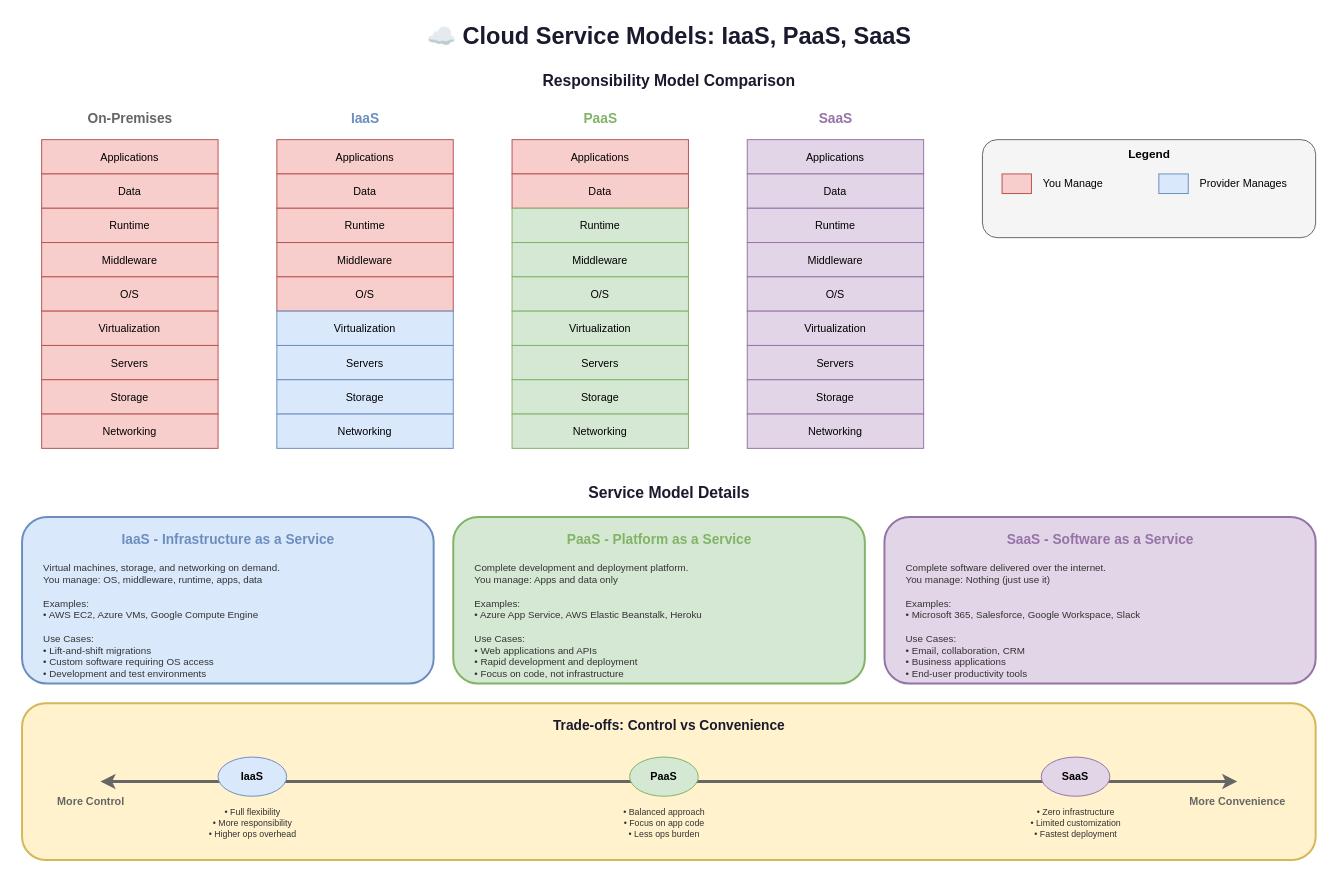
Above: lesson-03-cloud-platforms-services/01-cloud-computing-fundamentals/1.1-service-models-iaas-paas-saas.drawio in MrParkerZ7/document-lesson-software-architect-x-claude (draw.io), before the change. Source tidied: cells renumbered, new cells numbered last; positions are measured from the earlier drawing's top-left corner, leaving out a move shared by most shapes. Both pictures are drawn from the tidied source at 98%, with x=0, y=0 at pixel (22, 17).
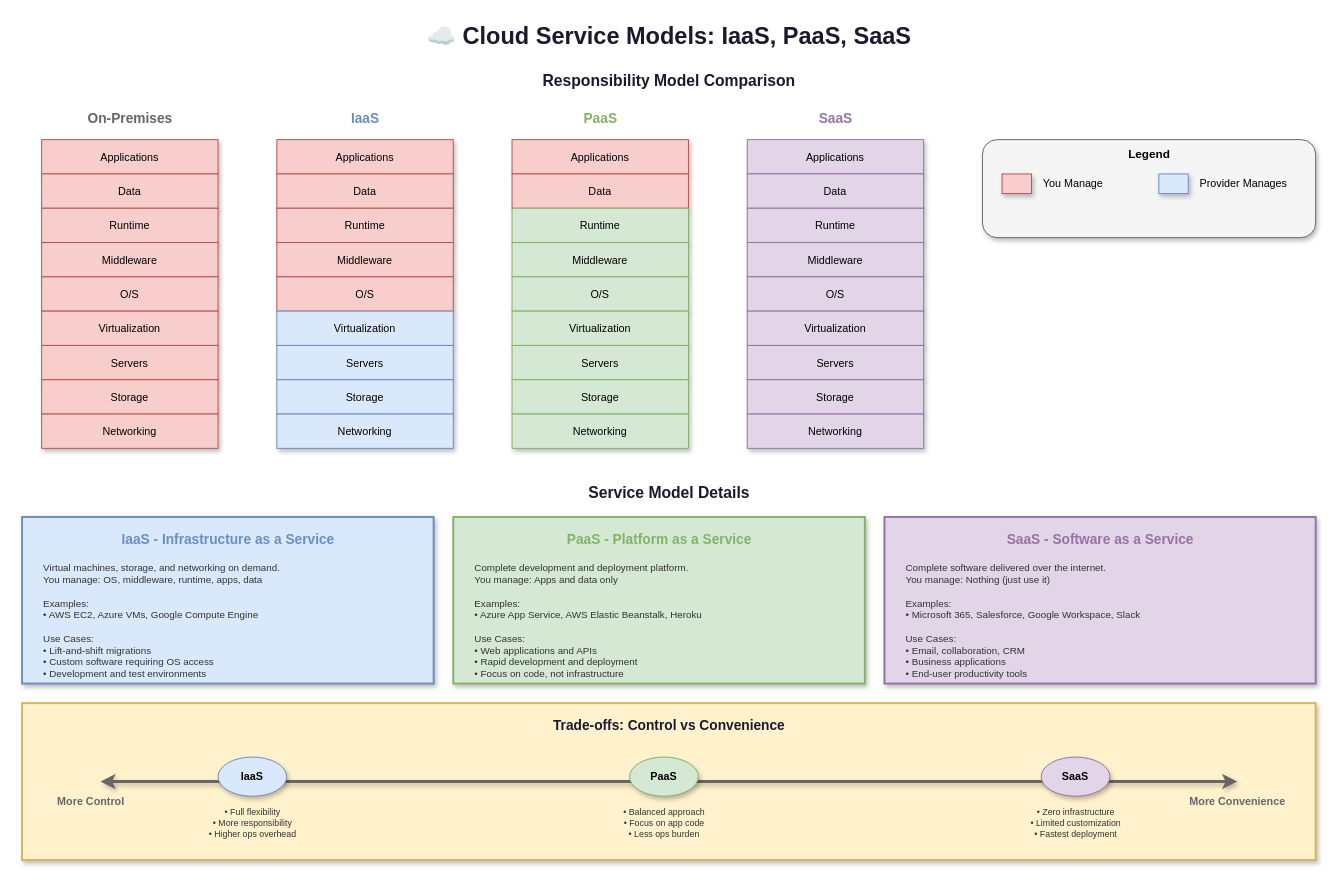
The same page after the edit.

Change to the diagram source:
```diff
@@
-    <mxCell id="5" value="Applications" style="rounded=0;whiteSpace=wrap;html=1;fillColor=#f8cecc;strokeColor=#b85450;fontSize=11;" parent="1" vertex="1">
+    <mxCell id="5" value="Applications" style="rounded=0;whiteSpace=wrap;html=1;fillColor=#f8cecc;strokeColor=#b85450;fontSize=11;shadow=1;" parent="1" vertex="1">
       <mxGeometry x="20" y="125" width="180" height="35" as="geometry" />
     </mxCell>
-    <mxCell id="6" value="Data" style="rounded=0;whiteSpace=wrap;html=1;fillColor=#f8cecc;strokeColor=#b85450;fontSize=11;" parent="1" vertex="1">
+    <mxCell id="6" value="Data" style="rounded=0;whiteSpace=wrap;html=1;fillColor=#f8cecc;strokeColor=#b85450;fontSize=11;shadow=1;" parent="1" vertex="1">
       <mxGeometry x="20" y="160" width="180" height="35" as="geometry" />
     </mxCell>
-    <mxCell id="7" value="Runtime" style="rounded=0;whiteSpace=wrap;html=1;fillColor=#f8cecc;strokeColor=#b85450;fontSize=11;" parent="1" vertex="1">
+    <mxCell id="7" value="Runtime" style="rounded=0;whiteSpace=wrap;html=1;fillColor=#f8cecc;strokeColor=#b85450;fontSize=11;shadow=1;" parent="1" vertex="1">
       <mxGeometry x="20" y="195" width="180" height="35" as="geometry" />
     </mxCell>
-    <mxCell id="8" value="Middleware" style="rounded=0;whiteSpace=wrap;html=1;fillColor=#f8cecc;strokeColor=#b85450;fontSize=11;" parent="1" vertex="1">
+    <mxCell id="8" value="Middleware" style="rounded=0;whiteSpace=wrap;html=1;fillColor=#f8cecc;strokeColor=#b85450;fontSize=11;shadow=1;" parent="1" vertex="1">
       <mxGeometry x="20" y="230" width="180" height="35" as="geometry" />
     </mxCell>
-    <mxCell id="9" value="O/S" style="rounded=0;whiteSpace=wrap;html=1;fillColor=#f8cecc;strokeColor=#b85450;fontSize=11;" parent="1" vertex="1">
+    <mxCell id="9" value="O/S" style="rounded=0;whiteSpace=wrap;html=1;fillColor=#f8cecc;strokeColor=#b85450;fontSize=11;shadow=1;" parent="1" vertex="1">
       <mxGeometry x="20" y="265" width="180" height="35" as="geometry" />
     </mxCell>
-    <mxCell id="10" value="Virtualization" style="rounded=0;whiteSpace=wrap;html=1;fillColor=#f8cecc;strokeColor=#b85450;fontSize=11;" parent="1" vertex="1">
+    <mxCell id="10" value="Virtualization" style="rounded=0;whiteSpace=wrap;html=1;fillColor=#f8cecc;strokeColor=#b85450;fontSize=11;shadow=1;" parent="1" vertex="1">
       <mxGeometry x="20" y="300" width="180" height="35" as="geometry" />
     </mxCell>
-    <mxCell id="11" value="Servers" style="rounded=0;whiteSpace=wrap;html=1;fillColor=#f8cecc;strokeColor=#b85450;fontSize=11;" parent="1" vertex="1">
+    <mxCell id="11" value="Servers" style="rounded=0;whiteSpace=wrap;html=1;fillColor=#f8cecc;strokeColor=#b85450;fontSize=11;shadow=1;" parent="1" vertex="1">
       <mxGeometry x="20" y="335" width="180" height="35" as="geometry" />
     </mxCell>
-    <mxCell id="12" value="Storage" style="rounded=0;whiteSpace=wrap;html=1;fillColor=#f8cecc;strokeColor=#b85450;fontSize=11;" parent="1" vertex="1">
+    <mxCell id="12" value="Storage" style="rounded=0;whiteSpace=wrap;html=1;fillColor=#f8cecc;strokeColor=#b85450;fontSize=11;shadow=1;" parent="1" vertex="1">
       <mxGeometry x="20" y="370" width="180" height="35" as="geometry" />
     </mxCell>
-    <mxCell id="13" value="Networking" style="rounded=0;whiteSpace=wrap;html=1;fillColor=#f8cecc;strokeColor=#b85450;fontSize=11;" parent="1" vertex="1">
+    <mxCell id="13" value="Networking" style="rounded=0;whiteSpace=wrap;html=1;fillColor=#f8cecc;strokeColor=#b85450;fontSize=11;shadow=1;" parent="1" vertex="1">
       <mxGeometry x="20" y="405" width="180" height="35" as="geometry" />
     </mxCell>
@@
-    <mxCell id="15" value="Applications" style="rounded=0;whiteSpace=wrap;html=1;fillColor=#f8cecc;strokeColor=#b85450;fontSize=11;" parent="1" vertex="1">
+    <mxCell id="15" value="Applications" style="rounded=0;whiteSpace=wrap;html=1;fillColor=#f8cecc;strokeColor=#b85450;fontSize=11;shadow=1;" parent="1" vertex="1">
       <mxGeometry x="260" y="125" width="180" height="35" as="geometry" />
     </mxCell>
-    <mxCell id="16" value="Data" style="rounded=0;whiteSpace=wrap;html=1;fillColor=#f8cecc;strokeColor=#b85450;fontSize=11;" parent="1" vertex="1">
+    <mxCell id="16" value="Data" style="rounded=0;whiteSpace=wrap;html=1;fillColor=#f8cecc;strokeColor=#b85450;fontSize=11;shadow=1;" parent="1" vertex="1">
       <mxGeometry x="260" y="160" width="180" height="35" as="geometry" />
     </mxCell>
-    <mxCell id="17" value="Runtime" style="rounded=0;whiteSpace=wrap;html=1;fillColor=#f8cecc;strokeColor=#b85450;fontSize=11;" parent="1" vertex="1">
+    <mxCell id="17" value="Runtime" style="rounded=0;whiteSpace=wrap;html=1;fillColor=#f8cecc;strokeColor=#b85450;fontSize=11;shadow=1;" parent="1" vertex="1">
       <mxGeometry x="260" y="195" width="180" height="35" as="geometry" />
     </mxCell>
-    <mxCell id="18" value="Middleware" style="rounded=0;whiteSpace=wrap;html=1;fillColor=#f8cecc;strokeColor=#b85450;fontSize=11;" parent="1" vertex="1">
+    <mxCell id="18" value="Middleware" style="rounded=0;whiteSpace=wrap;html=1;fillColor=#f8cecc;strokeColor=#b85450;fontSize=11;shadow=1;" parent="1" vertex="1">
       <mxGeometry x="260" y="230" width="180" height="35" as="geometry" />
     </mxCell>
-    <mxCell id="19" value="O/S" style="rounded=0;whiteSpace=wrap;html=1;fillColor=#f8cecc;strokeColor=#b85450;fontSize=11;" parent="1" vertex="1">
+    <mxCell id="19" value="O/S" style="rounded=0;whiteSpace=wrap;html=1;fillColor=#f8cecc;strokeColor=#b85450;fontSize=11;shadow=1;" parent="1" vertex="1">
       <mxGeometry x="260" y="265" width="180" height="35" as="geometry" />
     </mxCell>
-    <mxCell id="20" value="Virtualization" style="rounded=0;whiteSpace=wrap;html=1;fillColor=#dae8fc;strokeColor=#6c8ebf;fontSize=11;" parent="1" vertex="1">
+    <mxCell id="20" value="Virtualization" style="rounded=0;whiteSpace=wrap;html=1;fillColor=#dae8fc;strokeColor=#6c8ebf;fontSize=11;shadow=1;" parent="1" vertex="1">
       <mxGeometry x="260" y="300" width="180" height="35" as="geometry" />
     </mxCell>
-    <mxCell id="21" value="Servers" style="rounded=0;whiteSpace=wrap;html=1;fillColor=#dae8fc;strokeColor=#6c8ebf;fontSize=11;" parent="1" vertex="1">
+    <mxCell id="21" value="Servers" style="rounded=0;whiteSpace=wrap;html=1;fillColor=#dae8fc;strokeColor=#6c8ebf;fontSize=11;shadow=1;" parent="1" vertex="1">
       <mxGeometry x="260" y="335" width="180" height="35" as="geometry" />
     </mxCell>
-    <mxCell id="22" value="Storage" style="rounded=0;whiteSpace=wrap;html=1;fillColor=#dae8fc;strokeColor=#6c8ebf;fontSize=11;" parent="1" vertex="1">
+    <mxCell id="22" value="Storage" style="rounded=0;whiteSpace=wrap;html=1;fillColor=#dae8fc;strokeColor=#6c8ebf;fontSize=11;shadow=1;" parent="1" vertex="1">
       <mxGeometry x="260" y="370" width="180" height="35" as="geometry" />
     </mxCell>
-    <mxCell id="23" value="Networking" style="rounded=0;whiteSpace=wrap;html=1;fillColor=#dae8fc;strokeColor=#6c8ebf;fontSize=11;" parent="1" vertex="1">
+    <mxCell id="23" value="Networking" style="rounded=0;whiteSpace=wrap;html=1;fillColor=#dae8fc;strokeColor=#6c8ebf;fontSize=11;shadow=1;" parent="1" vertex="1">
       <mxGeometry x="260" y="405" width="180" height="35" as="geometry" />
     </mxCell>
@@
-    <mxCell id="25" value="Applications" style="rounded=0;whiteSpace=wrap;html=1;fillColor=#f8cecc;strokeColor=#b85450;fontSize=11;" parent="1" vertex="1">
+    <mxCell id="25" value="Applications" style="rounded=0;whiteSpace=wrap;html=1;fillColor=#f8cecc;strokeColor=#b85450;fontSize=11;shadow=1;" parent="1" vertex="1">
       <mxGeometry x="500" y="125" width="180" height="35" as="geometry" />
     </mxCell>
-    <mxCell id="26" value="Data" style="rounded=0;whiteSpace=wrap;html=1;fillColor=#f8cecc;strokeColor=#b85450;fontSize=11;" parent="1" vertex="1">
+    <mxCell id="26" value="Data" style="rounded=0;whiteSpace=wrap;html=1;fillColor=#f8cecc;strokeColor=#b85450;fontSize=11;shadow=1;" parent="1" vertex="1">
       <mxGeometry x="500" y="160" width="180" height="35" as="geometry" />
     </mxCell>
-    <mxCell id="27" value="Runtime" style="rounded=0;whiteSpace=wrap;html=1;fillColor=#d5e8d4;strokeColor=#82b366;fontSize=11;" parent="1" vertex="1">
+    <mxCell id="27" value="Runtime" style="rounded=0;whiteSpace=wrap;html=1;fillColor=#d5e8d4;strokeColor=#82b366;fontSize=11;shadow=1;" parent="1" vertex="1">
       <mxGeometry x="500" y="195" width="180" height="35" as="geometry" />
     </mxCell>
-    <mxCell id="28" value="Middleware" style="rounded=0;whiteSpace=wrap;html=1;fillColor=#d5e8d4;strokeColor=#82b366;fontSize=11;" parent="1" vertex="1">
+    <mxCell id="28" value="Middleware" style="rounded=0;whiteSpace=wrap;html=1;fillColor=#d5e8d4;strokeColor=#82b366;fontSize=11;shadow=1;" parent="1" vertex="1">
       <mxGeometry x="500" y="230" width="180" height="35" as="geometry" />
     </mxCell>
-    <mxCell id="29" value="O/S" style="rounded=0;whiteSpace=wrap;html=1;fillColor=#d5e8d4;strokeColor=#82b366;fontSize=11;" parent="1" vertex="1">
+    <mxCell id="29" value="O/S" style="rounded=0;whiteSpace=wrap;html=1;fillColor=#d5e8d4;strokeColor=#82b366;fontSize=11;shadow=1;" parent="1" vertex="1">
       <mxGeometry x="500" y="265" width="180" height="35" as="geometry" />
     </mxCell>
-    <mxCell id="30" value="Virtualization" style="rounded=0;whiteSpace=wrap;html=1;fillColor=#d5e8d4;strokeColor=#82b366;fontSize=11;" parent="1" vertex="1">
+    <mxCell id="30" value="Virtualization" style="rounded=0;whiteSpace=wrap;html=1;fillColor=#d5e8d4;strokeColor=#82b366;fontSize=11;shadow=1;" parent="1" vertex="1">
       <mxGeometry x="500" y="300" width="180" height="35" as="geometry" />
     </mxCell>
-    <mxCell id="31" value="Servers" style="rounded=0;whiteSpace=wrap;html=1;fillColor=#d5e8d4;strokeColor=#82b366;fontSize=11;" parent="1" vertex="1">
+    <mxCell id="31" value="Servers" style="rounded=0;whiteSpace=wrap;html=1;fillColor=#d5e8d4;strokeColor=#82b366;fontSize=11;shadow=1;" parent="1" vertex="1">
       <mxGeometry x="500" y="335" width="180" height="35" as="geometry" />
     </mxCell>
-    <mxCell id="32" value="Storage" style="rounded=0;whiteSpace=wrap;html=1;fillColor=#d5e8d4;strokeColor=#82b366;fontSize=11;" parent="1" vertex="1">
+    <mxCell id="32" value="Storage" style="rounded=0;whiteSpace=wrap;html=1;fillColor=#d5e8d4;strokeColor=#82b366;fontSize=11;shadow=1;" parent="1" vertex="1">
       <mxGeometry x="500" y="370" width="180" height="35" as="geometry" />
     </mxCell>
-    <mxCell id="33" value="Networking" style="rounded=0;whiteSpace=wrap;html=1;fillColor=#d5e8d4;strokeColor=#82b366;fontSize=11;" parent="1" vertex="1">
+    <mxCell id="33" value="Networking" style="rounded=0;whiteSpace=wrap;html=1;fillColor=#d5e8d4;strokeColor=#82b366;fontSize=11;shadow=1;" parent="1" vertex="1">
       <mxGeometry x="500" y="405" width="180" height="35" as="geometry" />
     </mxCell>
@@
-    <mxCell id="35" value="Applications" style="rounded=0;whiteSpace=wrap;html=1;fillColor=#e1d5e7;strokeColor=#9673a6;fontSize=11;" parent="1" vertex="1">
+    <mxCell id="35" value="Applications" style="rounded=0;whiteSpace=wrap;html=1;fillColor=#e1d5e7;strokeColor=#9673a6;fontSize=11;shadow=1;" parent="1" vertex="1">
       <mxGeometry x="740" y="125" width="180" height="35" as="geometry" />
     </mxCell>
-    <mxCell id="36" value="Data" style="rounded=0;whiteSpace=wrap;html=1;fillColor=#e1d5e7;strokeColor=#9673a6;fontSize=11;" parent="1" vertex="1">
+    <mxCell id="36" value="Data" style="rounded=0;whiteSpace=wrap;html=1;fillColor=#e1d5e7;strokeColor=#9673a6;fontSize=11;shadow=1;" parent="1" vertex="1">
       <mxGeometry x="740" y="160" width="180" height="35" as="geometry" />
     </mxCell>
-    <mxCell id="37" value="Runtime" style="rounded=0;whiteSpace=wrap;html=1;fillColor=#e1d5e7;strokeColor=#9673a6;fontSize=11;" parent="1" vertex="1">
+    <mxCell id="37" value="Runtime" style="rounded=0;whiteSpace=wrap;html=1;fillColor=#e1d5e7;strokeColor=#9673a6;fontSize=11;shadow=1;" parent="1" vertex="1">
       <mxGeometry x="740" y="195" width="180" height="35" as="geometry" />
     </mxCell>
-    <mxCell id="38" value="Middleware" style="rounded=0;whiteSpace=wrap;html=1;fillColor=#e1d5e7;strokeColor=#9673a6;fontSize=11;" parent="1" vertex="1">
+    <mxCell id="38" value="Middleware" style="rounded=0;whiteSpace=wrap;html=1;fillColor=#e1d5e7;strokeColor=#9673a6;fontSize=11;shadow=1;" parent="1" vertex="1">
       <mxGeometry x="740" y="230" width="180" height="35" as="geometry" />
     </mxCell>
-    <mxCell id="39" value="O/S" style="rounded=0;whiteSpace=wrap;html=1;fillColor=#e1d5e7;strokeColor=#9673a6;fontSize=11;" parent="1" vertex="1">
+    <mxCell id="39" value="O/S" style="rounded=0;whiteSpace=wrap;html=1;fillColor=#e1d5e7;strokeColor=#9673a6;fontSize=11;shadow=1;" parent="1" vertex="1">
       <mxGeometry x="740" y="265" width="180" height="35" as="geometry" />
     </mxCell>
-    <mxCell id="40" value="Virtualization" style="rounded=0;whiteSpace=wrap;html=1;fillColor=#e1d5e7;strokeColor=#9673a6;fontSize=11;" parent="1" vertex="1">
+    <mxCell id="40" value="Virtualization" style="rounded=0;whiteSpace=wrap;html=1;fillColor=#e1d5e7;strokeColor=#9673a6;fontSize=11;shadow=1;" parent="1" vertex="1">
       <mxGeometry x="740" y="300" width="180" height="35" as="geometry" />
     </mxCell>
-    <mxCell id="41" value="Servers" style="rounded=0;whiteSpace=wrap;html=1;fillColor=#e1d5e7;strokeColor=#9673a6;fontSize=11;" parent="1" vertex="1">
+    <mxCell id="41" value="Servers" style="rounded=0;whiteSpace=wrap;html=1;fillColor=#e1d5e7;strokeColor=#9673a6;fontSize=11;shadow=1;" parent="1" vertex="1">
       <mxGeometry x="740" y="335" width="180" height="35" as="geometry" />
     </mxCell>
-    <mxCell id="42" value="Storage" style="rounded=0;whiteSpace=wrap;html=1;fillColor=#e1d5e7;strokeColor=#9673a6;fontSize=11;" parent="1" vertex="1">
+    <mxCell id="42" value="Storage" style="rounded=0;whiteSpace=wrap;html=1;fillColor=#e1d5e7;strokeColor=#9673a6;fontSize=11;shadow=1;" parent="1" vertex="1">
       <mxGeometry x="740" y="370" width="180" height="35" as="geometry" />
     </mxCell>
-    <mxCell id="43" value="Networking" style="rounded=0;whiteSpace=wrap;html=1;fillColor=#e1d5e7;strokeColor=#9673a6;fontSize=11;" parent="1" vertex="1">
+    <mxCell id="43" value="Networking" style="rounded=0;whiteSpace=wrap;html=1;fillColor=#e1d5e7;strokeColor=#9673a6;fontSize=11;shadow=1;" parent="1" vertex="1">
       <mxGeometry x="740" y="405" width="180" height="35" as="geometry" />
     </mxCell>
-    <mxCell id="44" style="rounded=1;whiteSpace=wrap;html=1;fillColor=#f5f5f5;strokeColor=#666666;" parent="1" vertex="1">
+    <mxCell id="44" style="rounded=1;whiteSpace=wrap;html=1;fillColor=#f5f5f5;strokeColor=#666666;shadow=1;" parent="1" vertex="1">
       <mxGeometry x="980" y="125" width="340" height="100" as="geometry" />
     </mxCell>
@@
-    <mxCell id="46" style="rounded=0;whiteSpace=wrap;html=1;fillColor=#f8cecc;strokeColor=#b85450;" parent="1" vertex="1">
+    <mxCell id="46" style="rounded=0;whiteSpace=wrap;html=1;fillColor=#f8cecc;strokeColor=#b85450;shadow=1;" parent="1" vertex="1">
       <mxGeometry x="1000" y="160" width="30" height="20" as="geometry" />
     </mxCell>
@@
-    <mxCell id="48" style="rounded=0;whiteSpace=wrap;html=1;fillColor=#dae8fc;strokeColor=#6c8ebf;" parent="1" vertex="1">
+    <mxCell id="48" style="rounded=0;whiteSpace=wrap;html=1;fillColor=#dae8fc;strokeColor=#6c8ebf;shadow=1;" parent="1" vertex="1">
       <mxGeometry x="1160" y="160" width="30" height="20" as="geometry" />
     </mxCell>
@@
-    <mxCell id="51" style="rounded=1;whiteSpace=wrap;html=1;fillColor=#dae8fc;strokeColor=#6c8ebf;strokeWidth=2;" parent="1" vertex="1">
+    <mxCell id="51" style="rounded=0;whiteSpace=wrap;html=1;fillColor=#dae8fc;strokeColor=#6c8ebf;strokeWidth=2;shadow=1;" parent="1" vertex="1">
       <mxGeometry y="510" width="420" height="170" as="geometry" />
     </mxCell>
@@
-    <mxCell id="54" style="rounded=1;whiteSpace=wrap;html=1;fillColor=#d5e8d4;strokeColor=#82b366;strokeWidth=2;" parent="1" vertex="1">
+    <mxCell id="54" style="rounded=0;whiteSpace=wrap;html=1;fillColor=#d5e8d4;strokeColor=#82b366;strokeWidth=2;shadow=1;" parent="1" vertex="1">
       <mxGeometry x="440" y="510" width="420" height="170" as="geometry" />
     </mxCell>
@@
-    <mxCell id="57" style="rounded=1;whiteSpace=wrap;html=1;fillColor=#e1d5e7;strokeColor=#9673a6;strokeWidth=2;" parent="1" vertex="1">
+    <mxCell id="57" style="rounded=0;whiteSpace=wrap;html=1;fillColor=#e1d5e7;strokeColor=#9673a6;strokeWidth=2;shadow=1;" parent="1" vertex="1">
       <mxGeometry x="880" y="510" width="440" height="170" as="geometry" />
     </mxCell>
@@
-    <mxCell id="60" style="rounded=1;whiteSpace=wrap;html=1;fillColor=#fff2cc;strokeColor=#d6b656;strokeWidth=2;" parent="1" vertex="1">
+    <mxCell id="60" style="rounded=0;whiteSpace=wrap;html=1;fillColor=#fff2cc;strokeColor=#d6b656;strokeWidth=2;shadow=1;" parent="1" vertex="1">
       <mxGeometry y="700" width="1320" height="160" as="geometry" />
     </mxCell>
@@
-    <mxCell id="62" style="endArrow=classic;startArrow=classic;html=1;strokeWidth=3;strokeColor=#666666;" parent="1" edge="1">
+    <mxCell id="62" style="endArrow=classic;startArrow=classic;html=1;strokeWidth=3;strokeColor=#666666;shadow=1;curved=1;flowAnimation=1;jumpStyle=arc;" parent="1" edge="1">
       <mxGeometry relative="1" as="geometry">
         <mxPoint x="80" y="780" as="sourcePoint" />
         <mxPoint x="1240" y="780" as="targetPoint" />
       </mxGeometry>
     </mxCell>
@@
-    <mxCell id="65" value="IaaS" style="ellipse;whiteSpace=wrap;html=1;fillColor=#dae8fc;strokeColor=#6c8ebf;fontSize=11;fontStyle=1;" parent="1" vertex="1">
+    <mxCell id="65" value="IaaS" style="ellipse;whiteSpace=wrap;html=1;fillColor=#dae8fc;strokeColor=#6c8ebf;fontSize=11;fontStyle=1;shadow=1;" parent="1" vertex="1">
       <mxGeometry x="200" y="755" width="70" height="40" as="geometry" />
     </mxCell>
-    <mxCell id="66" value="PaaS" style="ellipse;whiteSpace=wrap;html=1;fillColor=#d5e8d4;strokeColor=#82b366;fontSize=11;fontStyle=1;" parent="1" vertex="1">
+    <mxCell id="66" value="PaaS" style="ellipse;whiteSpace=wrap;html=1;fillColor=#d5e8d4;strokeColor=#82b366;fontSize=11;fontStyle=1;shadow=1;" parent="1" vertex="1">
       <mxGeometry x="620" y="755" width="70" height="40" as="geometry" />
     </mxCell>
-    <mxCell id="67" value="SaaS" style="ellipse;whiteSpace=wrap;html=1;fillColor=#e1d5e7;strokeColor=#9673a6;fontSize=11;fontStyle=1;" parent="1" vertex="1">
+    <mxCell id="67" value="SaaS" style="ellipse;whiteSpace=wrap;html=1;fillColor=#e1d5e7;strokeColor=#9673a6;fontSize=11;fontStyle=1;shadow=1;" parent="1" vertex="1">
       <mxGeometry x="1040" y="755" width="70" height="40" as="geometry" />
     </mxCell>
```
